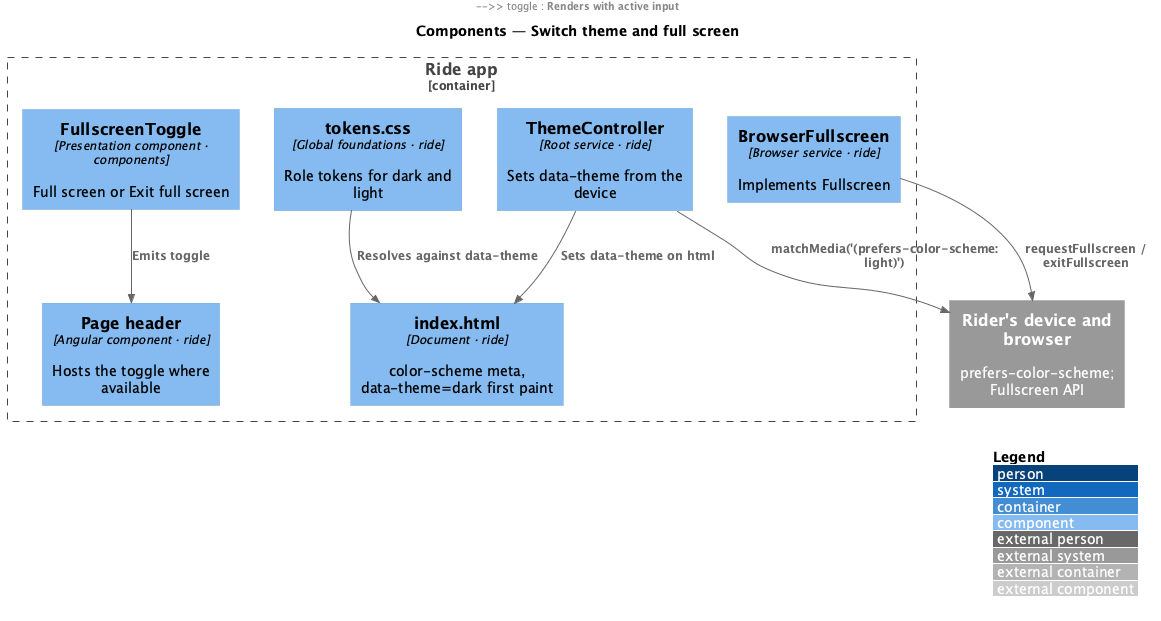
Earlier version of the PlantUML export docs/detailed-designs/ui/switch-theme-and-full-screen/diagrams/c4-component.png (QuinntyneBrown/ride-one).
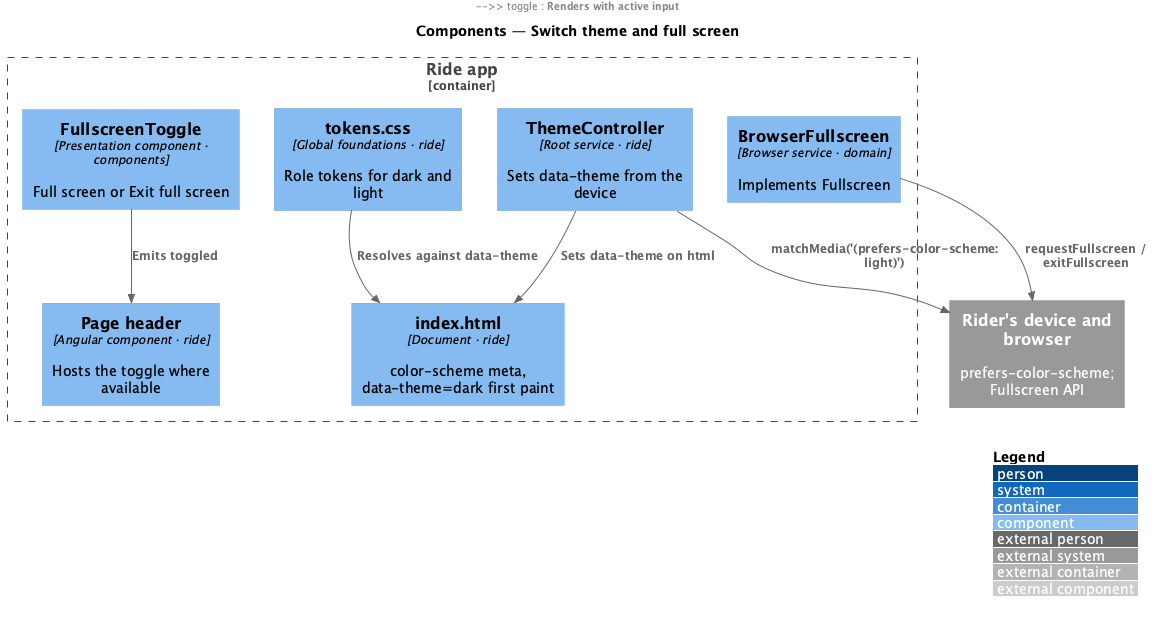
After the commit.

Change to the diagram source:
```diff
@@ -10,13 +10,13 @@
   Component(tokens, "tokens.css", "Global foundations · ride", "Role tokens for dark and light")
   Component(header, "Page header", "Angular component · ride", "Hosts the toggle where available")
   Component(toggle, "FullscreenToggle", "Presentation component · components", "Full screen or Exit full screen")
-  Component(fs, "BrowserFullscreen", "Browser service · ride", "Implements Fullscreen")
+  Component(fs, "BrowserFullscreen", "Browser service · domain", "Implements Fullscreen")
 }
 Rel(theme, device, "matchMedia('(prefers-color-scheme: light)')")
 Rel(theme, index, "Sets data-theme on html")
 Rel(tokens, index, "Resolves against data-theme")
 Rel(header, fs, "Reads available and active")
 Rel(header, toggle, "Renders with active input")
-Rel(toggle, header, "Emits toggle")
+Rel(toggle, header, "Emits toggled")
 Rel(fs, device, "requestFullscreen / exitFullscreen")
 @enduml
```
